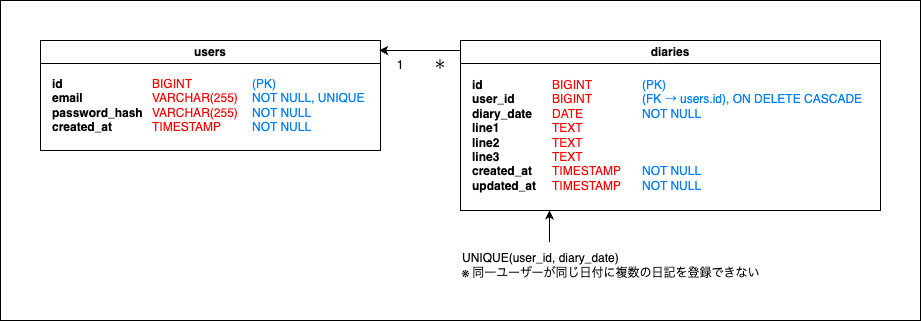
Before: diary3_ERD.png, a diagram exported from draw.io (ChobbytHub/diary3). Source tidied: cells renumbered, new cells last; positions are measured from the earlier drawing's top-left corner, leaving out a move shared by most shapes.
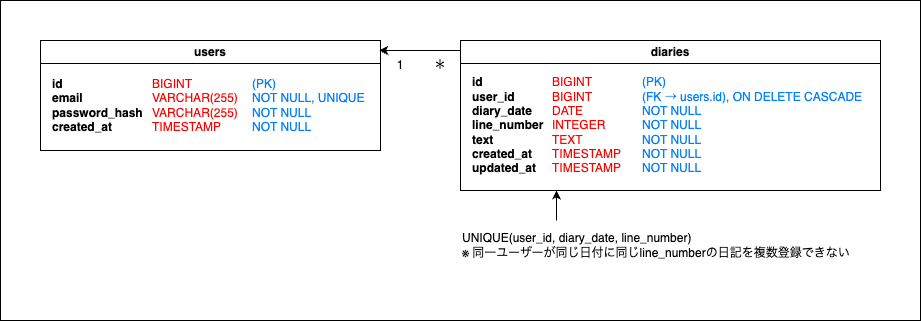
The same file after the commit.

The edit, as a diff of the source:
```diff
@@ -12,10 +12,10 @@
       <mxGeometry x="10" y="30" width="110" height="70" as="geometry" />
     </mxCell>
     <mxCell id="5" value="diaries" style="swimlane;whiteSpace=wrap;html=1;" parent="1" vertex="1">
-      <mxGeometry x="460" y="40" width="420" height="170" as="geometry" />
+      <mxGeometry x="460" y="40" width="420" height="150" as="geometry" />
     </mxCell>
-    <mxCell id="6" value="&lt;div&gt;&lt;font color=&quot;#000000&quot;&gt;id&lt;/font&gt;&lt;/div&gt;&lt;div style=&quot;&quot;&gt;&lt;font color=&quot;#000000&quot;&gt;user_id&lt;/font&gt;&lt;/div&gt;&lt;div&gt;&lt;font color=&quot;#000000&quot;&gt;diary_date&lt;/font&gt;&lt;/div&gt;&lt;div&gt;&lt;font color=&quot;#000000&quot;&gt;line1&lt;/font&gt;&lt;/div&gt;&lt;div&gt;&lt;font color=&quot;#000000&quot;&gt;line2&lt;/font&gt;&lt;/div&gt;&lt;div&gt;&lt;font color=&quot;#000000&quot;&gt;line3&lt;/font&gt;&lt;/div&gt;&lt;div&gt;&lt;font color=&quot;#000000&quot;&gt;created_at&lt;/font&gt;&lt;/div&gt;&lt;div&gt;&lt;font color=&quot;#000000&quot;&gt;updated_at&lt;/font&gt;&lt;/div&gt;" style="text;html=1;align=left;verticalAlign=middle;strokeColor=none;fillColor=none;fontStyle=1;" parent="5" vertex="1">
-      <mxGeometry x="10" y="30" width="80" height="130" as="geometry" />
+    <mxCell id="6" value="&lt;div&gt;&lt;font color=&quot;#000000&quot;&gt;id&lt;/font&gt;&lt;/div&gt;&lt;div style=&quot;&quot;&gt;&lt;font color=&quot;#000000&quot;&gt;user_id&lt;/font&gt;&lt;/div&gt;&lt;div&gt;&lt;font color=&quot;#000000&quot;&gt;diary_date&lt;/font&gt;&lt;/div&gt;&lt;div&gt;&lt;font color=&quot;#000000&quot;&gt;line_number&lt;/font&gt;&lt;/div&gt;&lt;div&gt;&lt;font color=&quot;#000000&quot;&gt;text&lt;/font&gt;&lt;/div&gt;&lt;div&gt;&lt;font color=&quot;#000000&quot;&gt;created_at&lt;/font&gt;&lt;/div&gt;&lt;div&gt;&lt;font color=&quot;#000000&quot;&gt;updated_at&lt;/font&gt;&lt;/div&gt;" style="text;html=1;align=left;verticalAlign=middle;strokeColor=none;fillColor=none;fontStyle=1;" parent="5" vertex="1">
+      <mxGeometry x="10" y="30" width="90" height="110" as="geometry" />
     </mxCell>
     <mxCell id="7" value="＊" style="text;html=1;align=center;verticalAlign=middle;whiteSpace=wrap;rounded=0;" parent="5" vertex="1">
       <mxGeometry x="-50" y="10" width="60" height="30" as="geometry" />
@@ -23,18 +23,19 @@
     <mxCell id="8" value="1" style="text;html=1;align=center;verticalAlign=middle;whiteSpace=wrap;rounded=0;" parent="5" vertex="1">
       <mxGeometry x="-90" y="10" width="60" height="30" as="geometry" />
     </mxCell>
-    <mxCell id="9" value="&lt;font style=&quot;color: rgb(255, 0, 0);&quot;&gt;BIGINT&lt;/font&gt;&lt;div&gt;&lt;font style=&quot;color: rgb(255, 0, 0);&quot;&gt;BIGINT&lt;/font&gt;&lt;/div&gt;&lt;div&gt;&lt;font style=&quot;color: rgb(255, 0, 0);&quot;&gt;DATE&lt;/font&gt;&lt;/div&gt;&lt;div&gt;&lt;font style=&quot;color: rgb(255, 0, 0);&quot;&gt;TEXT&lt;/font&gt;&lt;/div&gt;&lt;div&gt;&lt;font style=&quot;color: rgb(255, 0, 0);&quot;&gt;TEXT&lt;/font&gt;&lt;/div&gt;&lt;div&gt;&lt;font style=&quot;color: rgb(255, 0, 0);&quot;&gt;TEXT&lt;/font&gt;&lt;/div&gt;&lt;div&gt;&lt;font style=&quot;color: rgb(255, 0, 0);&quot;&gt;TIMESTAMP&lt;/font&gt;&lt;/div&gt;&lt;div&gt;&lt;font style=&quot;color: rgb(255, 0, 0);&quot;&gt;TIMESTAMP&lt;/font&gt;&lt;/div&gt;" style="text;html=1;align=left;verticalAlign=middle;strokeColor=none;fillColor=none;fontColor=#FF0000;" parent="5" vertex="1">
-      <mxGeometry x="90" y="30" width="90" height="130" as="geometry" />
+    <mxCell id="9" value="&lt;font style=&quot;color: rgb(255, 0, 0);&quot;&gt;BIGINT&lt;/font&gt;&lt;div&gt;&lt;font style=&quot;color: rgb(255, 0, 0);&quot;&gt;BIGINT&lt;/font&gt;&lt;/div&gt;&lt;div&gt;&lt;font style=&quot;color: rgb(255, 0, 0);&quot;&gt;DATE&lt;/font&gt;&lt;/div&gt;&lt;div&gt;&lt;font style=&quot;color: rgb(255, 0, 0);&quot;&gt;INTEGER&lt;/font&gt;&lt;/div&gt;&lt;div&gt;&lt;font style=&quot;color: rgb(255, 0, 0);&quot;&gt;TEXT&lt;/font&gt;&lt;/div&gt;&lt;div&gt;&lt;font style=&quot;color: rgb(255, 0, 0);&quot;&gt;TIMESTAMP&lt;/font&gt;&lt;/div&gt;&lt;div&gt;&lt;font style=&quot;color: rgb(255, 0, 0);&quot;&gt;TIMESTAMP&lt;/font&gt;&lt;/div&gt;" style="text;html=1;align=left;verticalAlign=middle;strokeColor=none;fillColor=none;fontColor=#FF0000;" parent="5" vertex="1">
+      <mxGeometry x="90" y="30" width="90" height="110" as="geometry" />
     </mxCell>
-    <mxCell id="10" value="&lt;font style=&quot;color: rgb(0, 127, 255);&quot;&gt;(PK)&amp;nbsp;&lt;/font&gt;&lt;div&gt;&lt;font&gt;&lt;div style=&quot;&quot;&gt;&lt;font style=&quot;color: light-dark(rgb(0, 127, 255), rgb(49, 158, 255));&quot;&gt;(FK → users.id),&amp;nbsp;&lt;/font&gt;&lt;span style=&quot;background-color: transparent;&quot;&gt;&lt;font style=&quot;&quot;&gt;&lt;font style=&quot;color: rgb(0, 127, 255);&quot;&gt;ON DELETE CASCADE&lt;/font&gt;&lt;/font&gt;&lt;/span&gt;&lt;/div&gt;&lt;div style=&quot;&quot;&gt;&lt;span style=&quot;background-color: transparent;&quot;&gt;&lt;font style=&quot;&quot;&gt;&lt;font style=&quot;color: rgb(0, 127, 255);&quot;&gt;NOT NULL&lt;/font&gt;&lt;/font&gt;&lt;/span&gt;&lt;/div&gt;&lt;div style=&quot;color: light-dark(rgb(0, 127, 255), rgb(49, 158, 255));&quot;&gt;&lt;span style=&quot;background-color: transparent;&quot;&gt;&lt;br&gt;&lt;/span&gt;&lt;/div&gt;&lt;div style=&quot;color: light-dark(rgb(0, 127, 255), rgb(49, 158, 255));&quot;&gt;&lt;span style=&quot;background-color: transparent;&quot;&gt;&lt;br&gt;&lt;/span&gt;&lt;/div&gt;&lt;div style=&quot;color: light-dark(rgb(0, 127, 255), rgb(49, 158, 255));&quot;&gt;&lt;br&gt;&lt;/div&gt;&lt;div style=&quot;&quot;&gt;&lt;span style=&quot;background-color: transparent;&quot;&gt;&lt;font style=&quot;&quot;&gt;&lt;font style=&quot;color: rgb(0, 127, 255);&quot;&gt;NOT NULL&lt;/font&gt;&lt;/font&gt;&lt;/span&gt;&lt;/div&gt;&lt;div style=&quot;&quot;&gt;&lt;span style=&quot;background-color: transparent;&quot;&gt;&lt;font style=&quot;&quot;&gt;&lt;font style=&quot;color: rgb(0, 127, 255);&quot;&gt;NOT NULL&lt;/font&gt;&lt;/font&gt;&lt;/span&gt;&lt;/div&gt;&lt;/font&gt;&lt;/div&gt;" style="text;html=1;align=left;verticalAlign=middle;strokeColor=none;fillColor=none;fontColor=#007FFF;" parent="5" vertex="1">
-      <mxGeometry x="180" y="30" width="240" height="130" as="geometry" />
+    <mxCell id="10" value="&lt;font style=&quot;color: rgb(0, 127, 255);&quot;&gt;(PK)&amp;nbsp;&lt;/font&gt;&lt;div&gt;&lt;font&gt;&lt;div style=&quot;&quot;&gt;&lt;font style=&quot;color: light-dark(rgb(0, 127, 255), rgb(49, 158, 255));&quot;&gt;(FK → users.id),&amp;nbsp;&lt;/font&gt;&lt;span style=&quot;background-color: transparent;&quot;&gt;&lt;font style=&quot;&quot;&gt;&lt;font style=&quot;color: rgb(0, 127, 255);&quot;&gt;ON DELETE CASCADE&lt;/font&gt;&lt;/font&gt;&lt;/span&gt;&lt;/div&gt;&lt;div style=&quot;&quot;&gt;&lt;span style=&quot;background-color: transparent;&quot;&gt;&lt;font style=&quot;&quot;&gt;&lt;font style=&quot;color: rgb(0, 127, 255);&quot;&gt;NOT NULL&lt;/font&gt;&lt;/font&gt;&lt;/span&gt;&lt;/div&gt;&lt;div style=&quot;&quot;&gt;&lt;span style=&quot;color: rgb(0, 127, 255);&quot;&gt;NOT NULL&lt;/span&gt;&lt;span style=&quot;background-color: transparent;&quot;&gt;&lt;font style=&quot;&quot;&gt;&lt;font style=&quot;color: rgb(0, 127, 255);&quot;&gt;&lt;/font&gt;&lt;/font&gt;&lt;/span&gt;&lt;/div&gt;&lt;div style=&quot;&quot;&gt;&lt;span style=&quot;color: rgb(0, 127, 255);&quot;&gt;NOT NULL&lt;/span&gt;&lt;span style=&quot;color: rgb(0, 127, 255);&quot;&gt;&lt;/span&gt;&lt;/div&gt;&lt;div style=&quot;&quot;&gt;&lt;span style=&quot;background-color: transparent;&quot;&gt;&lt;font style=&quot;&quot;&gt;&lt;font style=&quot;color: rgb(0, 127, 255);&quot;&gt;NOT NULL&lt;/font&gt;&lt;/font&gt;&lt;/span&gt;&lt;/div&gt;&lt;div style=&quot;&quot;&gt;&lt;span style=&quot;background-color: transparent;&quot;&gt;&lt;font style=&quot;&quot;&gt;&lt;font style=&quot;color: rgb(0, 127, 255);&quot;&gt;NOT NULL&lt;/font&gt;&lt;/font&gt;&lt;/span&gt;&lt;/div&gt;&lt;/font&gt;&lt;/div&gt;" style="text;html=1;align=left;verticalAlign=middle;strokeColor=none;fillColor=none;fontColor=#007FFF;" parent="5" vertex="1">
+      <mxGeometry x="180" y="30" width="240" height="110" as="geometry" />
     </mxCell>
-    <mxCell id="11" value="&lt;div&gt;&lt;font color=&quot;#000000&quot;&gt;UNIQUE(user_id, diary_date)&lt;/font&gt;&lt;/div&gt;&lt;div&gt;&lt;span style=&quot;background-color: transparent;&quot;&gt;※ 同一ユーザーが同じ日付に複数の日記を登録できない&lt;/span&gt;&lt;/div&gt;" style="text;html=1;align=left;verticalAlign=middle;whiteSpace=wrap;rounded=0;" parent="1" vertex="1">
-      <mxGeometry x="460" y="240" width="380" height="50" as="geometry" />
+    <mxCell id="11" value="&lt;div&gt;&lt;font color=&quot;#000000&quot;&gt;UNIQUE(user_id, diary_date, line_number)&lt;/font&gt;&lt;/div&gt;&lt;div&gt;&lt;span style=&quot;background-color: transparent;&quot;&gt;※ 同一ユーザーが同じ日付に同じline_numberの日記を複数登録できない&lt;/span&gt;&lt;/div&gt;" style="text;html=1;align=left;verticalAlign=middle;whiteSpace=wrap;rounded=0;" parent="1" vertex="1">
+      <mxGeometry x="460" y="220" width="410" height="50" as="geometry" />
     </mxCell>
-    <mxCell id="12" style="endArrow=classic;html=1;exitX=0.234;exitY=0.03;exitDx=0;exitDy=0;exitPerimeter=0;" parent="1" edge="1" source="11">
+    <mxCell id="12" style="endArrow=classic;html=1;" parent="1" edge="1">
       <mxGeometry relative="1" as="geometry">
-        <mxPoint x="549" y="210" as="targetPoint" />
+        <mxPoint x="556" y="220" as="sourcePoint" />
+        <mxPoint x="556" y="190" as="targetPoint" />
       </mxGeometry>
     </mxCell>
     <mxCell id="13" value="&lt;font style=&quot;color: rgb(255, 0, 0);&quot;&gt;BIGINT&lt;/font&gt;&lt;div&gt;&lt;font style=&quot;color: rgb(255, 0, 0);&quot;&gt;VARCHAR(255)&lt;/font&gt;&lt;/div&gt;&lt;span style=&quot;&quot;&gt;&lt;font style=&quot;color: rgb(255, 0, 0);&quot;&gt;VARCHAR(255)&lt;/font&gt;&lt;/span&gt;&lt;div&gt;&lt;span style=&quot;&quot;&gt;&lt;font style=&quot;color: rgb(255, 0, 0);&quot;&gt;TIMESTAMP&lt;/font&gt;&lt;/span&gt;&lt;/div&gt;" style="text;html=1;align=left;verticalAlign=middle;strokeColor=none;fillColor=none;fontColor=#FF0000;" parent="1" vertex="1">
```
